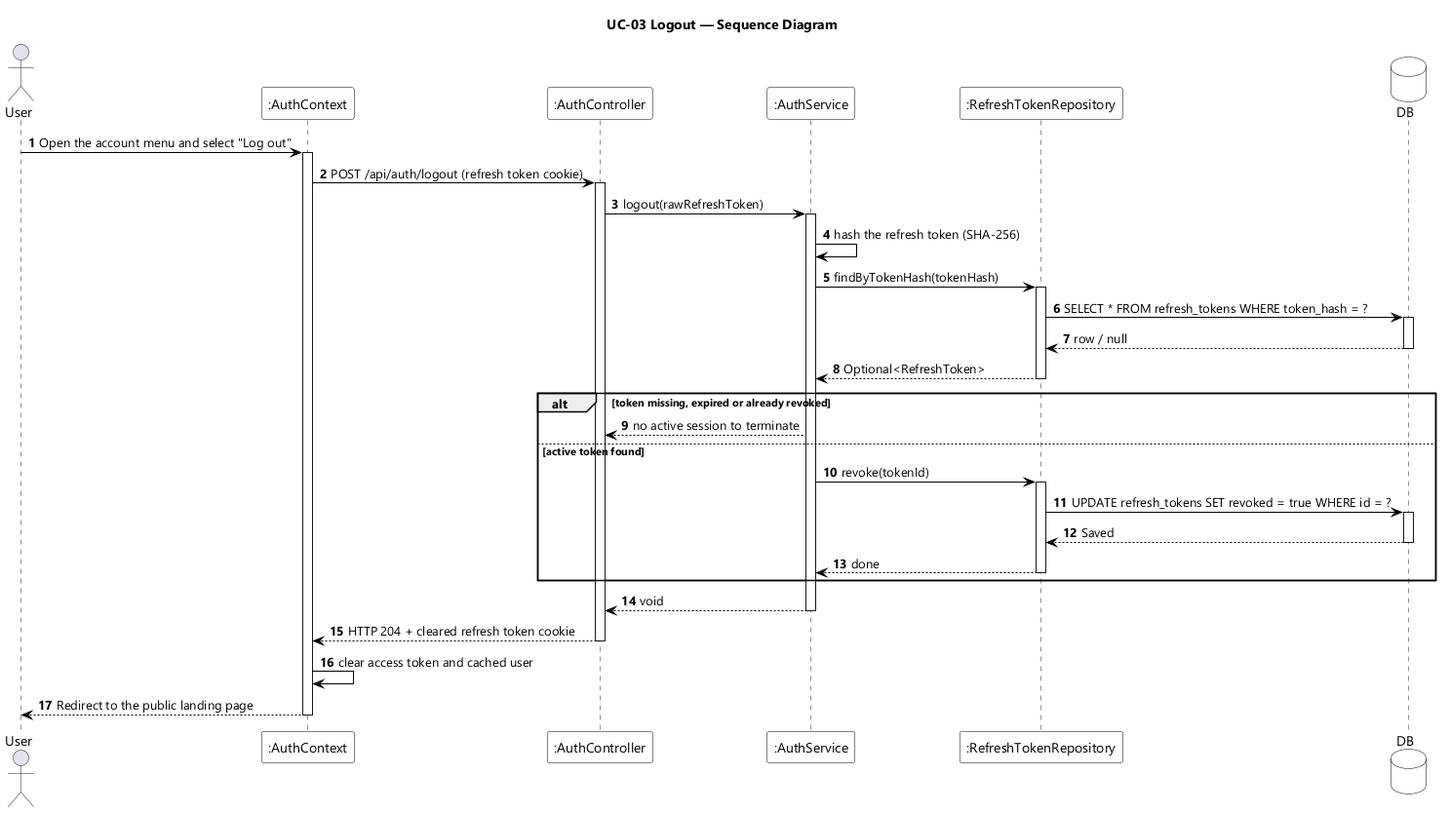
Earlier version of the PlantUML export designs/sds-diagrams/uc03/uc03-sequence-diagram.png (EduA-system/EduA-system). The source it was exported from:
```plantuml
@startuml UC-03 Logout - Sequence Diagram
skinparamlocked dpi 96
skinparam defaultFontName "Segoe UI"
skinparam shadowing false
skinparam ParticipantBackgroundColor #FFFFFF
skinparam ParticipantBorderColor #000000
skinparam DatabaseBackgroundColor #FFFFFF
skinparam DatabaseBorderColor #000000
skinparam ArrowColor #000000
skinparam sequenceMessageAlign left
title UC-03 Logout — Sequence Diagram

actor User
participant ":AuthContext" as UI
participant ":AuthController" as CTL
participant ":AuthService" as SVC
participant ":RefreshTokenRepository" as TOKENS
database DB

autonumber
User -> UI : Open the account menu and select "Log out"
activate UI
UI -> CTL : POST /api/auth/logout (refresh token cookie)
activate CTL
CTL -> SVC : logout(rawRefreshToken)
activate SVC
SVC -> SVC : hash the refresh token (SHA-256)
SVC -> TOKENS : findByTokenHash(tokenHash)
activate TOKENS
TOKENS -> DB : SELECT * FROM refresh_tokens WHERE token_hash = ?
activate DB
DB --> TOKENS : row / null
deactivate DB
TOKENS --> SVC : Optional<RefreshToken>
deactivate TOKENS

alt token missing, expired or already revoked
  SVC --> CTL : no active session to terminate
else active token found
  SVC -> TOKENS : revoke(tokenId)
  activate TOKENS
  TOKENS -> DB : UPDATE refresh_tokens SET revoked = true WHERE id = ?
  activate DB
  DB --> TOKENS : Saved
  deactivate DB
  TOKENS --> SVC : done
  deactivate TOKENS
end
SVC --> CTL : void
deactivate SVC
CTL --> UI : HTTP 204 + cleared refresh token cookie
deactivate CTL
UI -> UI : clear access token and cached user
UI --> User : Redirect to the public landing page
deactivate UI
@enduml
```
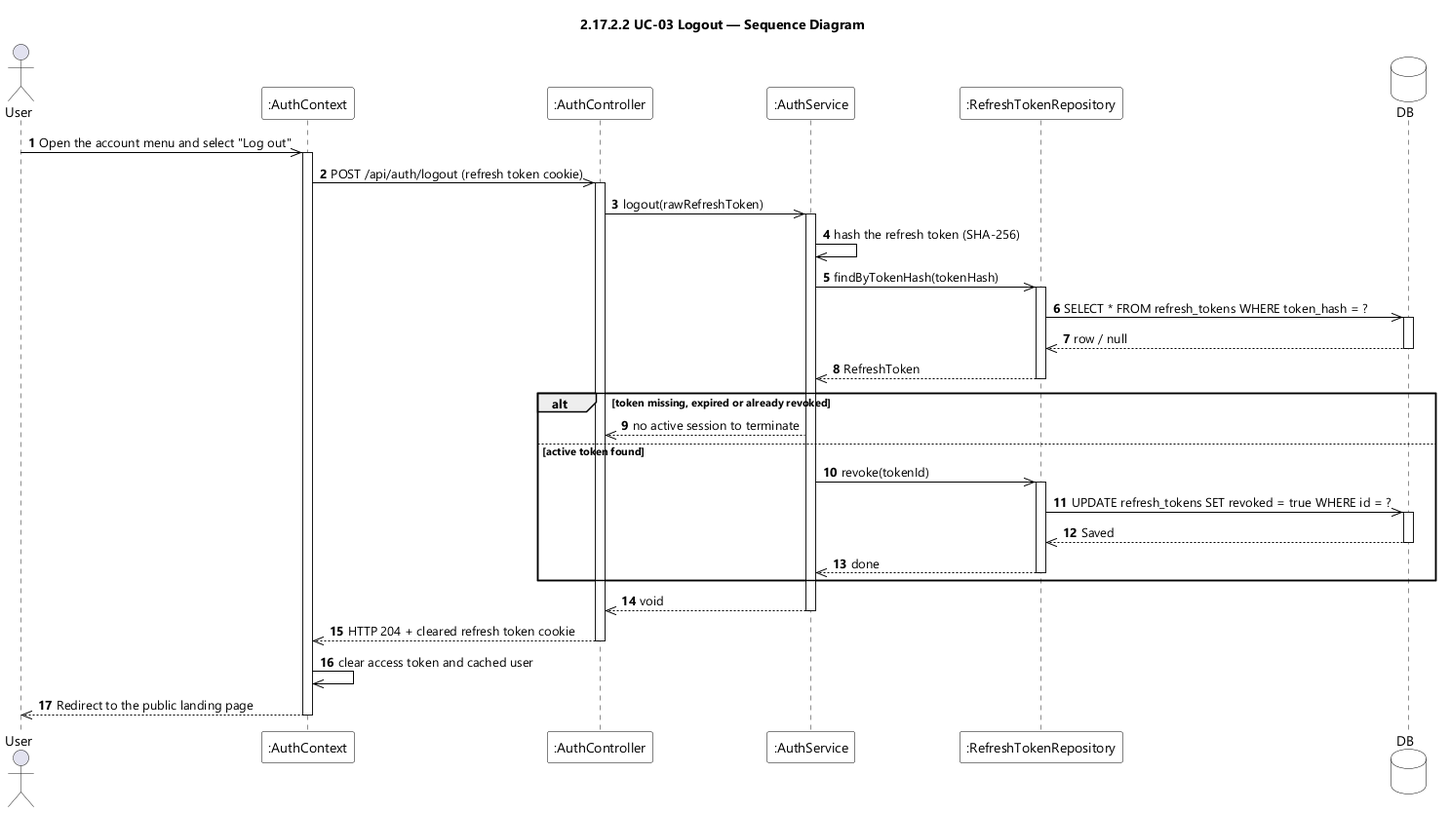
The same file after the commit.

Change to the diagram source:
```diff
@@ -8,7 +8,7 @@
 skinparam DatabaseBorderColor #000000
 skinparam ArrowColor #000000
 skinparam sequenceMessageAlign left
-title UC-03 Logout — Sequence Diagram
+title 2.17.2.2 UC-03 Logout — Sequence Diagram
 
 actor User
 participant ":AuthContext" as UI
@@ -18,39 +18,39 @@
 database DB
 
 autonumber
-User -> UI : Open the account menu and select "Log out"
+User ->> UI : Open the account menu and select "Log out"
 activate UI
-UI -> CTL : POST /api/auth/logout (refresh token cookie)
+UI ->> CTL : POST /api/auth/logout (refresh token cookie)
 activate CTL
-CTL -> SVC : logout(rawRefreshToken)
+CTL ->> SVC : logout(rawRefreshToken)
 activate SVC
-SVC -> SVC : hash the refresh token (SHA-256)
-SVC -> TOKENS : findByTokenHash(tokenHash)
+SVC ->> SVC : hash the refresh token (SHA-256)
+SVC ->> TOKENS : findByTokenHash(tokenHash)
 activate TOKENS
-TOKENS -> DB : SELECT * FROM refresh_tokens WHERE token_hash = ?
+TOKENS ->> DB : SELECT * FROM refresh_tokens WHERE token_hash = ?
 activate DB
-DB --> TOKENS : row / null
+DB -->> TOKENS : row / null
 deactivate DB
-TOKENS --> SVC : Optional<RefreshToken>
+TOKENS -->> SVC : RefreshToken
 deactivate TOKENS
 
 alt token missing, expired or already revoked
-  SVC --> CTL : no active session to terminate
+  SVC -->> CTL : no active session to terminate
 else active token found
-  SVC -> TOKENS : revoke(tokenId)
+  SVC ->> TOKENS : revoke(tokenId)
   activate TOKENS
-  TOKENS -> DB : UPDATE refresh_tokens SET revoked = true WHERE id = ?
+  TOKENS ->> DB : UPDATE refresh_tokens SET revoked = true WHERE id = ?
   activate DB
-  DB --> TOKENS : Saved
+  DB -->> TOKENS : Saved
   deactivate DB
-  TOKENS --> SVC : done
+  TOKENS -->> SVC : done
   deactivate TOKENS
 end
-SVC --> CTL : void
+SVC -->> CTL : void
 deactivate SVC
-CTL --> UI : HTTP 204 + cleared refresh token cookie
+CTL -->> UI : HTTP 204 + cleared refresh token cookie
 deactivate CTL
-UI -> UI : clear access token and cached user
-UI --> User : Redirect to the public landing page
+UI ->> UI : clear access token and cached user
+UI -->> User : Redirect to the public landing page
 deactivate UI
 @enduml
```
